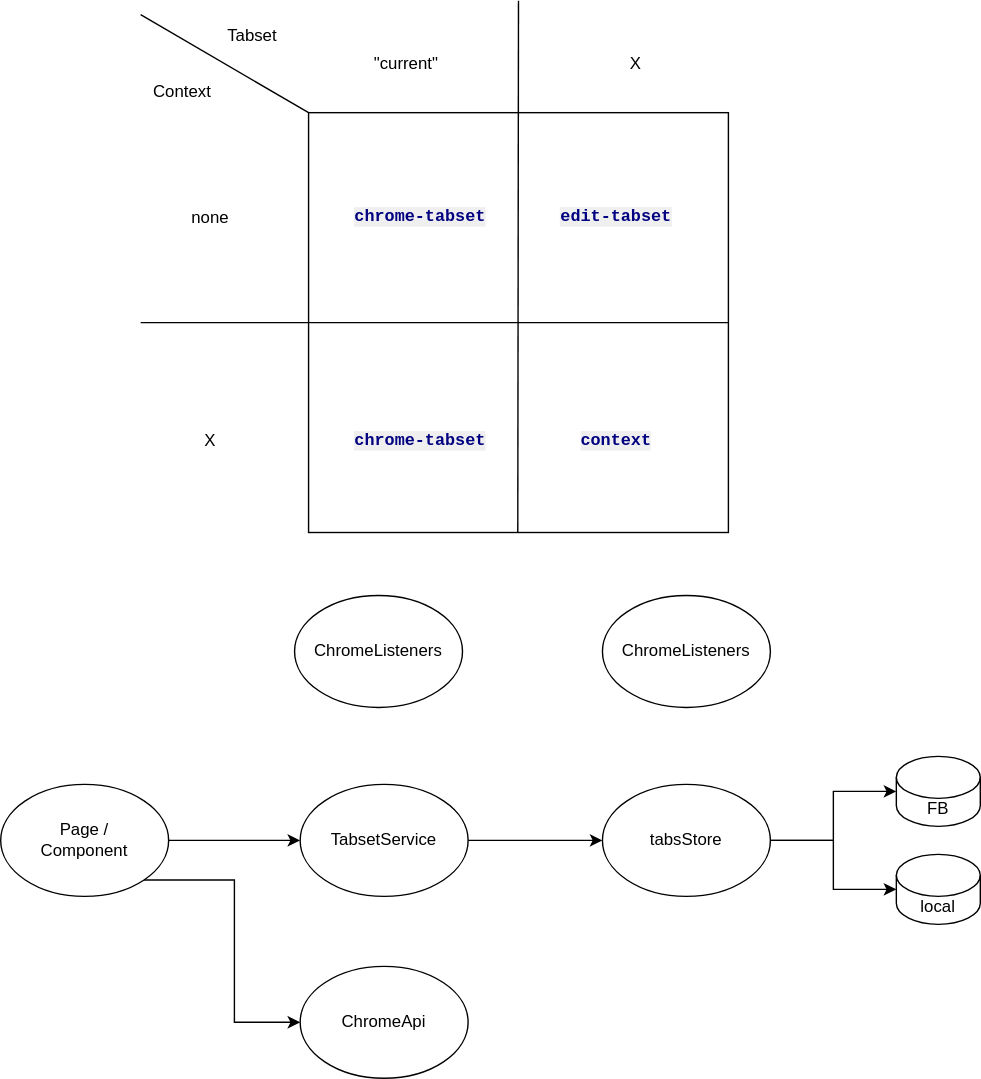
Before: docs/overview.svg, a diagram exported from draw.io (evandor/tabsets). Source tidied: cells renumbered, new cells last; positions are measured from the earlier drawing's top-left corner, leaving out a move shared by most shapes.
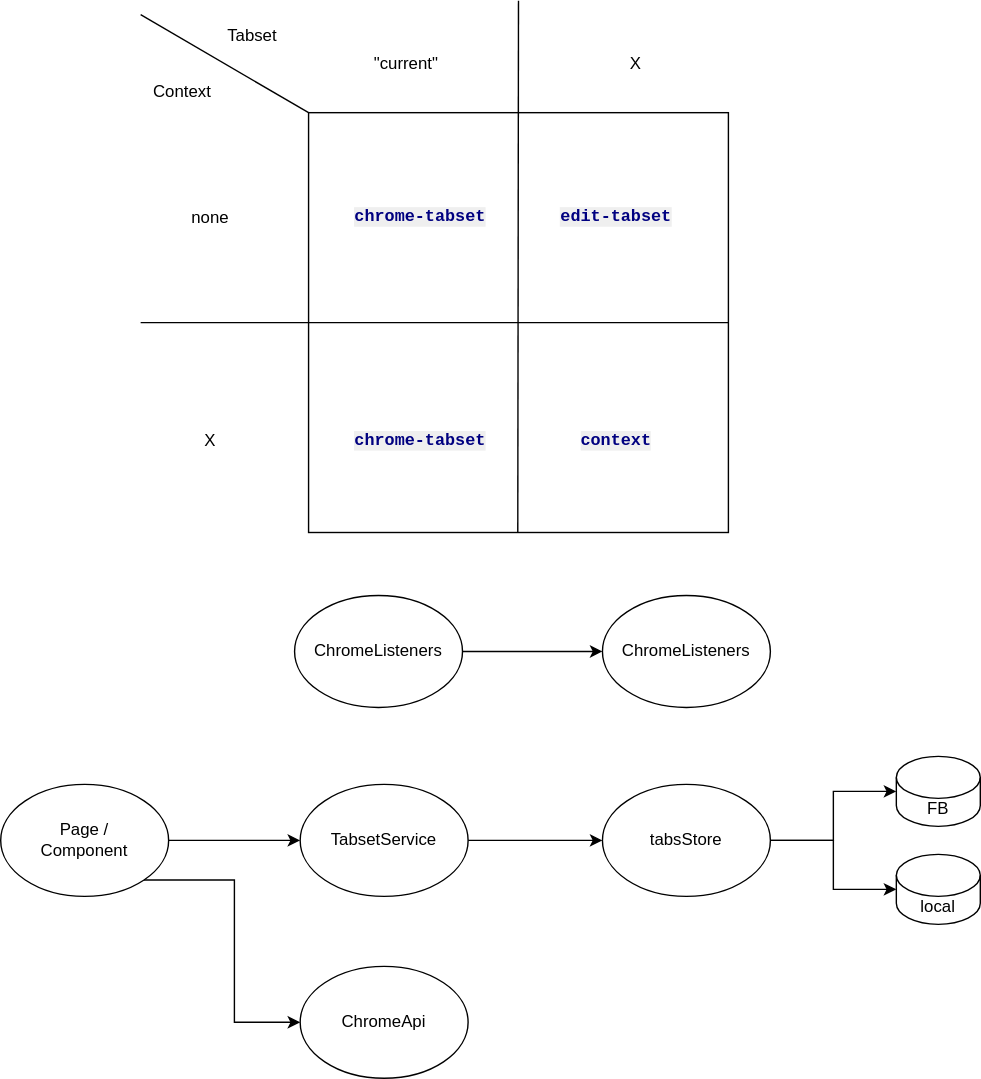
After the commit.

The edit, as a diff of the source:
```diff
@@ -90,6 +90,9 @@
     <mxCell id="28" value="local" style="shape=cylinder3;whiteSpace=wrap;html=1;boundedLbl=1;backgroundOutline=1;size=15;" parent="1" vertex="1">
       <mxGeometry x="640" y="610" width="60" height="50" as="geometry" />
     </mxCell>
+    <mxCell id="30" style="edgeStyle=orthogonalEdgeStyle;rounded=0;jettySize=auto;html=1;entryX=0;entryY=0.5;entryDx=0;entryDy=0;" parent="1" edge="1" source="29" target="24">
+      <mxGeometry relative="1" as="geometry" />
+    </mxCell>
     <mxCell id="29" value="ChromeListeners" style="ellipse;whiteSpace=wrap;html=1;" parent="1" vertex="1">
       <mxGeometry x="210" y="425" width="120" height="80" as="geometry" />
     </mxCell>
```
